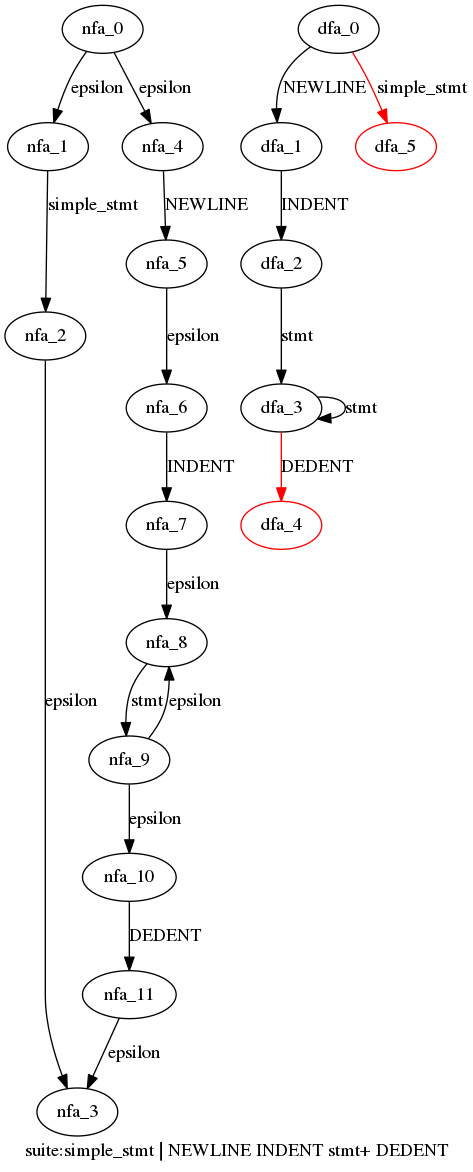
This is cpython/grammar/handwrite/nfa_dfas/48.suite.dot.png from WinChua/blog, a Graphviz export, as it was before one commit. Its source is kept beside it as cpython/grammar/handwrite/nfa_dfas/48.suite.dot.
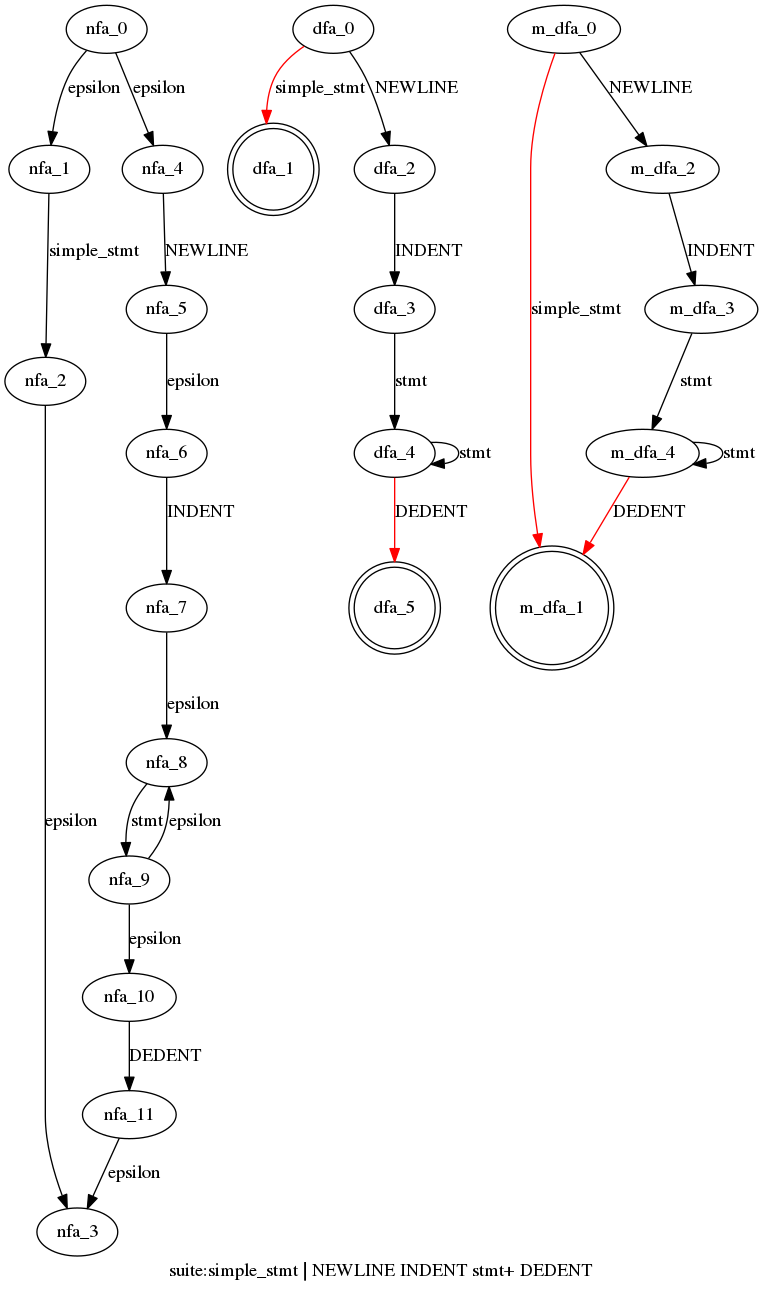
After the change.

Diff of the diagram source:
```diff
@@ -16,13 +16,22 @@
   nfa_11->nfa_3[label="epsilon"]
   }
  subgraph suite_dfa {
-  dfa_0->dfa_1[label="NEWLINE"]
-  dfa_1->dfa_2[label="INDENT"]
-  dfa_2->dfa_3[label="stmt"]
-  dfa_3->dfa_4[label="DEDENT",color=red]
-  dfa_3->dfa_3[label="stmt"]
-  dfa_0->dfa_5[label="simple_stmt",color=red]
-  dfa_4[color=red]
-  dfa_5[color=red]
+  dfa_0->dfa_1[label="simple_stmt",color=red]
+  dfa_0->dfa_2[label="NEWLINE"]
+  dfa_2->dfa_3[label="INDENT"]
+  dfa_3->dfa_4[label="stmt"]
+  dfa_4->dfa_4[label="stmt"]
+  dfa_4->dfa_5[label="DEDENT",color=red]
+  dfa_1[shape=doublecircle]
+  dfa_5[shape=doublecircle]
+  }
+ subgraph suite_m_dfa {
+  m_dfa_0->m_dfa_1[label="simple_stmt",color=red]
+  m_dfa_0->m_dfa_2[label="NEWLINE"]
+  m_dfa_2->m_dfa_3[label="INDENT"]
+  m_dfa_3->m_dfa_4[label="stmt"]
+  m_dfa_4->m_dfa_1[label="DEDENT",color=red]
+  m_dfa_4->m_dfa_4[label="stmt"]
+  m_dfa_1[shape=doublecircle]
   }
 }
```
